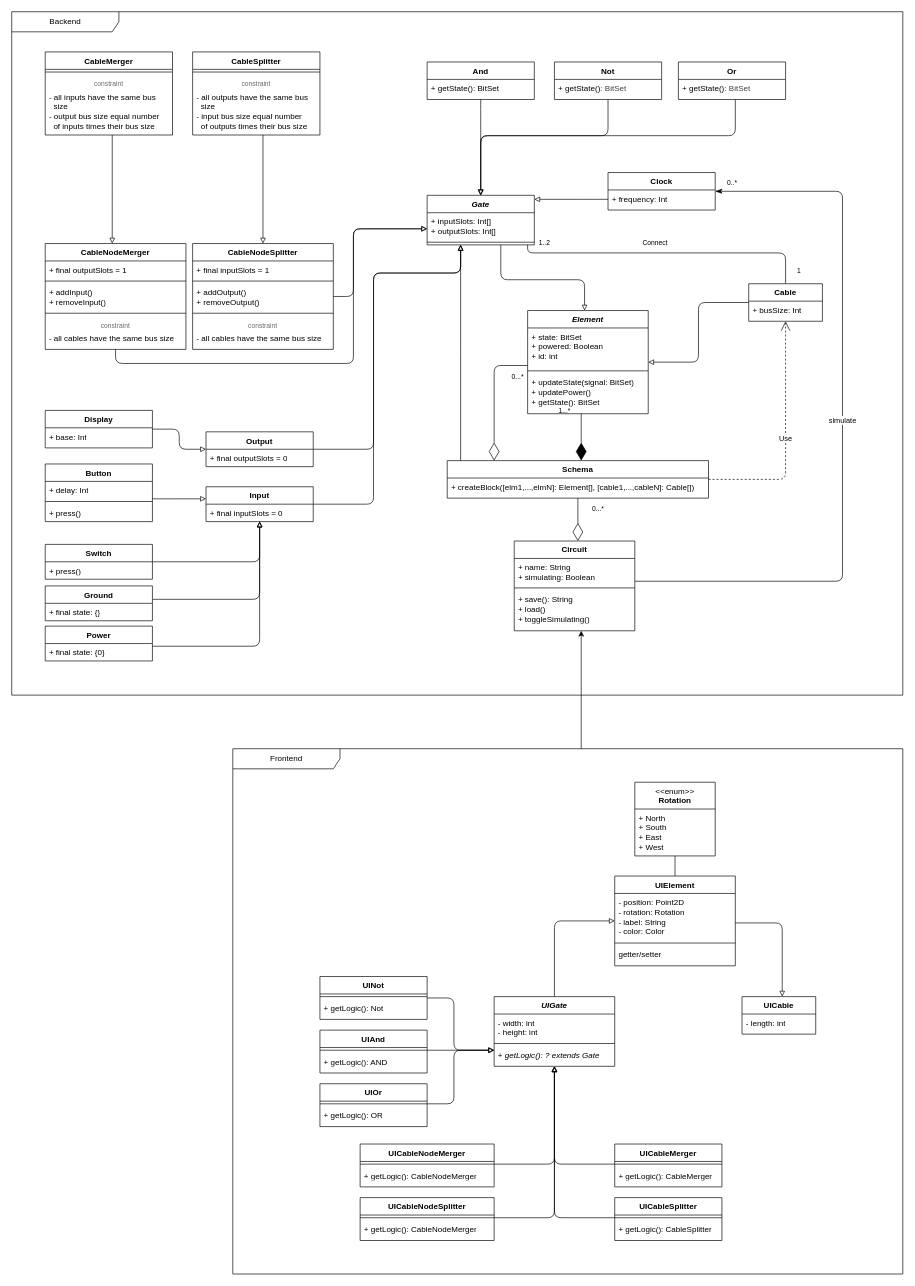
Before: page "Class Diagram" (2 of 3) of conception/UML.dio in ShadowoftheRedFox/LogiCYm, a draw.io diagram. Source tidied: cells renumbered, new cells numbered last; positions are measured from the earlier drawing's top-left corner, leaving out a move shared by most shapes. Both pictures are drawn from the tidied source at 67%, with x=0, y=0 at pixel (11, 11).
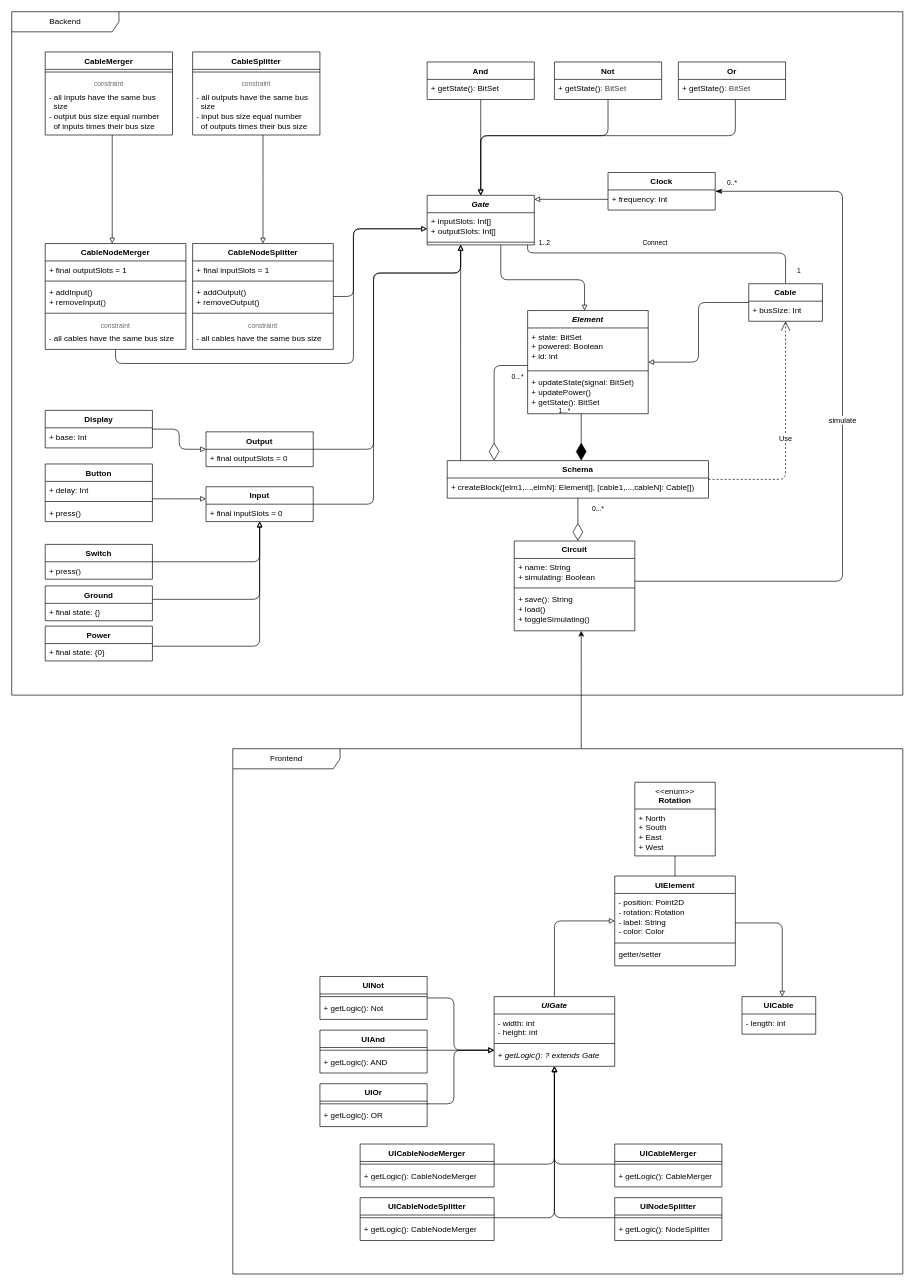
After the change.

Unchanged cells that the change refers to:
```xml
<mxCell id="98" style="group;" parent="97" vertex="1">
  <mxGeometry x="130" y="50" width="740" height="684" as="geometry" />
</mxCell>
```

What changed in the source:
```diff
@@
-    <mxCell id="132" value="UICableSplitter" style="swimlane;fontStyle=1;align=center;verticalAlign=top;horizontal=1;startSize=26;whiteSpace=wrap;html=1;" parent="98" vertex="1">
+    <mxCell id="132" value="UINodeSplitter" style="swimlane;fontStyle=1;align=center;verticalAlign=top;horizontal=1;startSize=26;whiteSpace=wrap;html=1;" parent="98" vertex="1">
       <mxGeometry x="440" y="620" width="160" height="64" as="geometry" />
     </mxCell>
@@
-    <mxCell id="134" value="&lt;span style=&quot;color: rgb(0, 0, 0);&quot;&gt;+&amp;nbsp;&lt;/span&gt;&lt;span style=&quot;scrollbar-color: light-dark(#e2e2e2, #4b4b4b)&lt;br/&gt;&#9;&#9;&#9;&#9;&#9;light-dark(#fbfbfb, var(--dark-panel-color));&quot;&gt;getLogic(): CableSplitter&lt;/span&gt;" style="text;strokeColor=none;fillColor=none;align=left;verticalAlign=top;spacingLeft=4;spacingRight=4;overflow=hidden;whiteSpace=wrap;html=1;" parent="132" vertex="1">
+    <mxCell id="134" value="&lt;span style=&quot;color: rgb(0, 0, 0);&quot;&gt;+&amp;nbsp;&lt;/span&gt;&lt;span style=&quot;scrollbar-color: light-dark(#e2e2e2, #4b4b4b)&lt;br/&gt;&#9;&#9;&#9;&#9;&#9;light-dark(#fbfbfb, var(--dark-panel-color));&quot;&gt;getLogic(): NodeSplitter&lt;/span&gt;" style="text;strokeColor=none;fillColor=none;align=left;verticalAlign=top;spacingLeft=4;spacingRight=4;overflow=hidden;whiteSpace=wrap;html=1;" parent="132" vertex="1">
       <mxGeometry y="34" width="160" height="30" as="geometry" />
     </mxCell>
```
